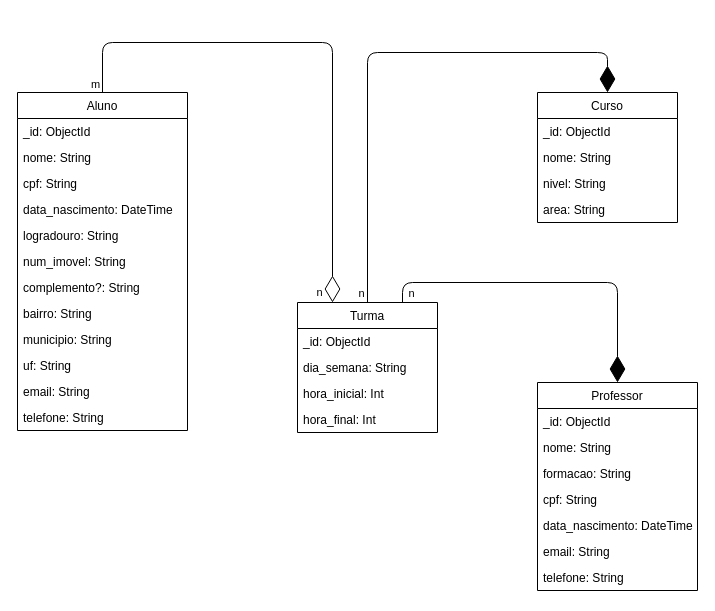
The draw.io diagram docs/modelagem-bd.drawio in vinicius-souzat/bn-not-2023-2, before the edit. Source tidied: cells renumbered, new cells numbered last; positions are measured from the earlier drawing's top-left corner, leaving out a move shared by most shapes. Both pictures are drawn from the tidied source at 100%, with x=0, y=0 at pixel (17, 42).
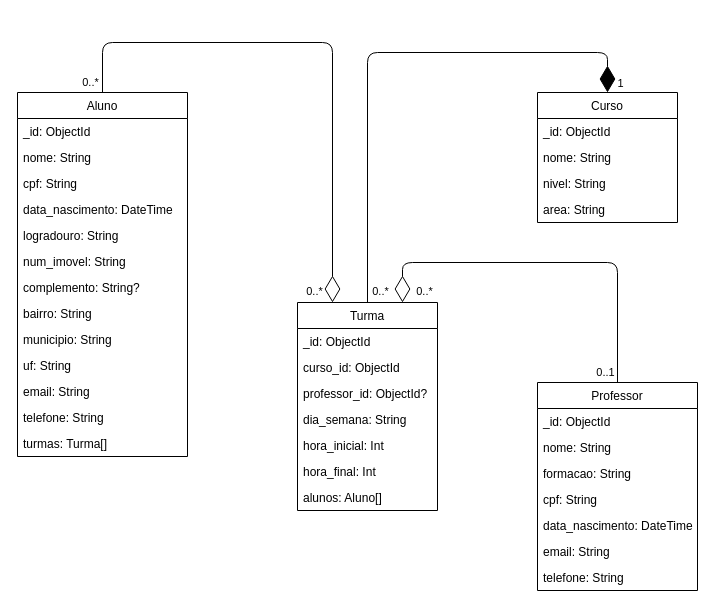
After the change.

Unchanged cells that the change refers to:
```xml
<mxCell id="25" value="Professor" style="swimlane;fontStyle=0;horizontal=1;startSize=26;fillColor=none;" parent="1" vertex="1">
  <mxGeometry x="520" y="340" width="160" height="208" as="geometry" />
</mxCell>
<mxCell id="35" style="endArrow=diamondThin;endFill=1;endSize=24;html=1;entryX=0.5;entryY=0;entryDx=0;entryDy=0;edgeStyle=orthogonalEdgeStyle;exitX=0.5;exitY=0;exitDx=0;exitDy=0;" parent="1" edge="1" source="20" target="15">
  <mxGeometry relative="1" as="geometry">
    <Array as="points">
      <mxPoint x="350" y="10" />
      <mxPoint x="590" y="10" />
    </Array>
  </mxGeometry>
</mxCell>
<mxCell id="37" style="endArrow=diamondThin;endFill=0;endSize=24;html=1;entryX=0.25;entryY=0;entryDx=0;entryDy=0;edgeStyle=orthogonalEdgeStyle;exitX=0.5;exitY=0;exitDx=0;exitDy=0;" parent="1" edge="1" source="2" target="20">
  <mxGeometry relative="1" as="geometry">
    <Array as="points">
      <mxPoint x="85" />
      <mxPoint x="315" />
    </Array>
  </mxGeometry>
</mxCell>
```

Change to the diagram source:
```diff
@@
     <mxCell id="2" value="Aluno" style="swimlane;fontStyle=0;horizontal=1;startSize=26;fillColor=none;" parent="1" vertex="1">
-      <mxGeometry y="50" width="170" height="338" as="geometry" />
+      <mxGeometry y="50" width="170" height="364" as="geometry" />
     </mxCell>
@@
-    <mxCell id="9" value="complemento?: String" style="text;strokeColor=none;fillColor=none;align=left;verticalAlign=top;spacingLeft=4;spacingRight=4;overflow=hidden;" parent="2" vertex="1">
+    <mxCell id="9" value="complemento: String?&#10;" style="text;strokeColor=none;fillColor=none;align=left;verticalAlign=top;spacingLeft=4;spacingRight=4;overflow=hidden;" parent="2" vertex="1">
       <mxGeometry y="182" width="170" height="26" as="geometry" />
     </mxCell>
@@
+    <mxCell id="40" value="telefone: String" style="text;strokeColor=none;fillColor=none;align=left;verticalAlign=top;spacingLeft=4;spacingRight=4;overflow=hidden;" parent="2" vertex="1">
+      <mxGeometry y="312" width="170" height="26" as="geometry" />
+    </mxCell>
-    <mxCell id="14" value="telefone: String" style="text;strokeColor=none;fillColor=none;align=left;verticalAlign=top;spacingLeft=4;spacingRight=4;overflow=hidden;" parent="2" vertex="1">
-      <mxGeometry y="312" width="170" height="26" as="geometry" />
+    <mxCell id="14" value="turmas: Turma[]" style="text;strokeColor=none;fillColor=none;align=left;verticalAlign=top;spacingLeft=4;spacingRight=4;overflow=hidden;" parent="2" vertex="1">
+      <mxGeometry y="338" width="170" height="26" as="geometry" />
     </mxCell>
@@
     <mxCell id="20" value="Turma" style="swimlane;fontStyle=0;horizontal=1;startSize=26;fillColor=none;" parent="1" vertex="1">
-      <mxGeometry x="280" y="260" width="140" height="130" as="geometry" />
+      <mxGeometry x="280" y="260" width="140" height="208" as="geometry" />
     </mxCell>
@@
+    <mxCell id="41" value="curso_id: ObjectId" style="text;strokeColor=none;fillColor=none;align=left;verticalAlign=top;spacingLeft=4;spacingRight=4;overflow=hidden;" parent="20" vertex="1">
+      <mxGeometry y="52" width="140" height="26" as="geometry" />
+    </mxCell>
+    <mxCell id="42" value="professor_id: ObjectId?" style="text;strokeColor=none;fillColor=none;align=left;verticalAlign=top;spacingLeft=4;spacingRight=4;overflow=hidden;" parent="20" vertex="1">
+      <mxGeometry y="78" width="140" height="26" as="geometry" />
+    </mxCell>
     <mxCell id="22" value="dia_semana: String" style="text;strokeColor=none;fillColor=none;align=left;verticalAlign=top;spacingLeft=4;spacingRight=4;overflow=hidden;" parent="20" vertex="1">
-      <mxGeometry y="52" width="140" height="26" as="geometry" />
+      <mxGeometry y="104" width="140" height="26" as="geometry" />
     </mxCell>
     <mxCell id="23" value="hora_inicial: Int" style="text;strokeColor=none;fillColor=none;align=left;verticalAlign=top;spacingLeft=4;spacingRight=4;overflow=hidden;" parent="20" vertex="1">
-      <mxGeometry y="78" width="140" height="26" as="geometry" />
+      <mxGeometry y="130" width="140" height="26" as="geometry" />
     </mxCell>
     <mxCell id="24" value="hora_final: Int" style="text;strokeColor=none;fillColor=none;align=left;verticalAlign=top;spacingLeft=4;spacingRight=4;overflow=hidden;" parent="20" vertex="1">
-      <mxGeometry y="104" width="140" height="26" as="geometry" />
+      <mxGeometry y="156" width="140" height="26" as="geometry" />
     </mxCell>
+    <mxCell id="43" value="alunos: Aluno[]" style="text;strokeColor=none;fillColor=none;align=left;verticalAlign=top;spacingLeft=4;spacingRight=4;overflow=hidden;" parent="20" vertex="1">
+      <mxGeometry y="182" width="140" height="26" as="geometry" />
+    </mxCell>
@@
-    <mxCell id="33" style="endArrow=diamondThin;endFill=1;endSize=24;html=1;entryX=0.5;entryY=0;entryDx=0;entryDy=0;edgeStyle=orthogonalEdgeStyle;exitX=0.75;exitY=0;exitDx=0;exitDy=0;" parent="1" edge="1" source="20" target="25">
-      <mxGeometry relative="1" as="geometry">
-        <Array as="points">
-          <mxPoint x="385" y="240" />
-          <mxPoint x="600" y="240" />
-        </Array>
-      </mxGeometry>
-    </mxCell>
-    <mxCell id="34" value="n" style="edgeLabel;html=1;align=center;verticalAlign=middle;" parent="33" vertex="1">
-      <mxGeometry x="-0.34" y="-2" relative="1" as="geometry">
-        <mxPoint x="-83" y="8" as="offset" />
-      </mxGeometry>
-    </mxCell>
@@
-    <mxCell id="36" value="n" style="edgeLabel;html=1;align=center;verticalAlign=middle;" parent="35" vertex="1">
+    <mxCell id="36" value="0..*" style="edgeLabel;html=1;align=center;verticalAlign=middle;" parent="35" vertex="1">
       <mxGeometry x="-0.34" y="-2" relative="1" as="geometry">
-        <mxPoint x="-9" y="165" as="offset" />
+        <mxPoint x="10" y="163" as="offset" />
       </mxGeometry>
     </mxCell>
+    <mxCell id="44" value="1" style="edgeLabel;html=1;align=center;verticalAlign=middle;" parent="35" vertex="1">
+      <mxGeometry x="0.45" relative="1" as="geometry">
+        <mxPoint x="118" y="30" as="offset" />
+      </mxGeometry>
+    </mxCell>
@@
-    <mxCell id="38" value="m" style="edgeLabel;html=1;align=center;verticalAlign=middle;" parent="37" vertex="1">
+    <mxCell id="38" value="0..*" style="edgeLabel;html=1;align=center;verticalAlign=middle;" parent="37" vertex="1">
       <mxGeometry x="-0.29" y="1" relative="1" as="geometry">
-        <mxPoint x="-150" y="42" as="offset" />
+        <mxPoint x="-155" y="40" as="offset" />
       </mxGeometry>
     </mxCell>
-    <mxCell id="39" value="n" style="edgeLabel;html=1;align=center;verticalAlign=middle;" parent="37" vertex="1">
+    <mxCell id="39" value="0..*" style="edgeLabel;html=1;align=center;verticalAlign=middle;" parent="37" vertex="1">
       <mxGeometry x="-0.47" relative="1" as="geometry">
-        <mxPoint x="123" y="249" as="offset" />
+        <mxPoint x="118" y="248" as="offset" />
       </mxGeometry>
     </mxCell>
+    <mxCell id="45" style="endArrow=diamondThin;endFill=0;endSize=24;html=1;exitX=0.5;exitY=0;exitDx=0;exitDy=0;edgeStyle=orthogonalEdgeStyle;entryX=0.75;entryY=0;entryDx=0;entryDy=0;" parent="1" edge="1" source="25" target="20">
+      <mxGeometry relative="1" as="geometry">
+        <Array as="points">
+          <mxPoint x="600" y="220" />
+          <mxPoint x="385" y="220" />
+        </Array>
+      </mxGeometry>
+    </mxCell>
+    <mxCell id="46" value="0..1" style="edgeLabel;html=1;align=center;verticalAlign=middle;" parent="45" vertex="1">
+      <mxGeometry x="0.11" y="3" relative="1" as="geometry">
+        <mxPoint x="75" y="106" as="offset" />
+      </mxGeometry>
+    </mxCell>
+    <mxCell id="47" value="0..*" style="edgeLabel;html=1;align=center;verticalAlign=middle;" parent="45" vertex="1">
+      <mxGeometry x="0.1" relative="1" as="geometry">
+        <mxPoint x="-108" y="28" as="offset" />
+      </mxGeometry>
+    </mxCell>
```
